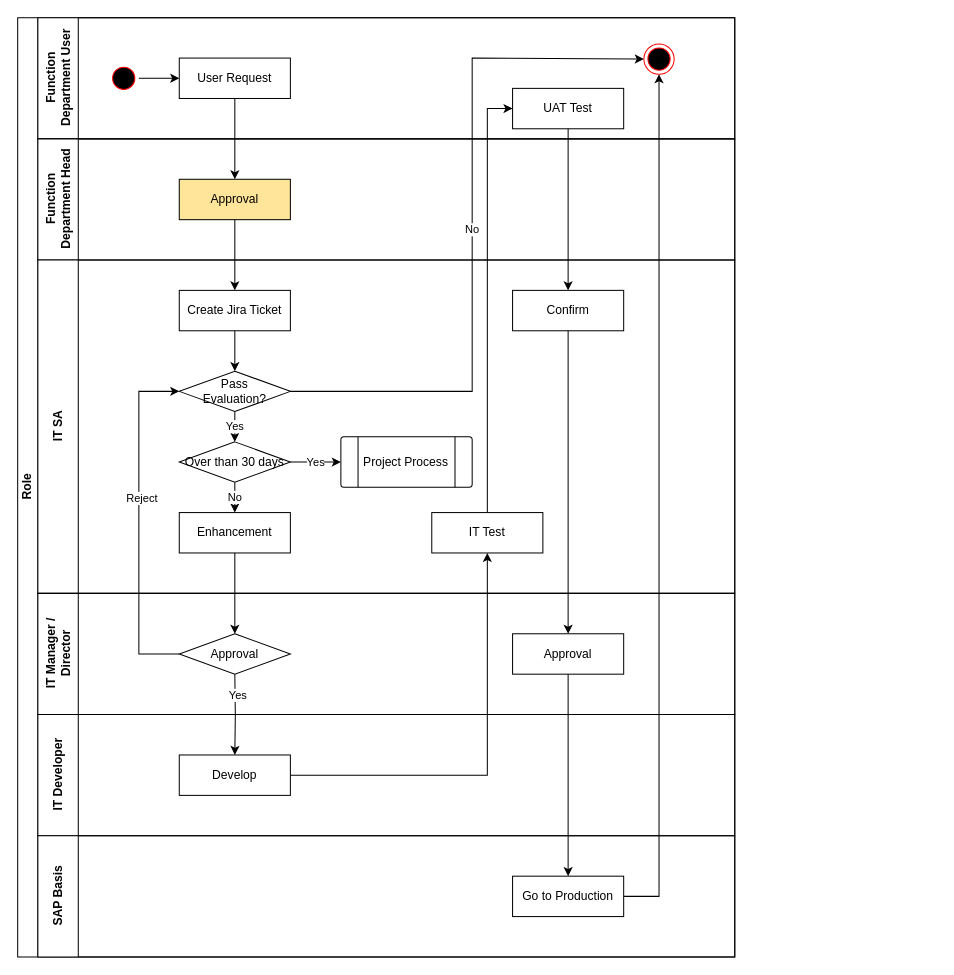
luss613/draw.io keeps this draw.io diagram as ChinaITApproveProcess.drawio. Above is the earlier version. Source tidied: cells renumbered, new cells numbered last; positions are measured from the earlier drawing's top-left corner, leaving out a move shared by most shapes. Both pictures are drawn from the tidied source at 101%, with x=0, y=0 at pixel (17, 17).
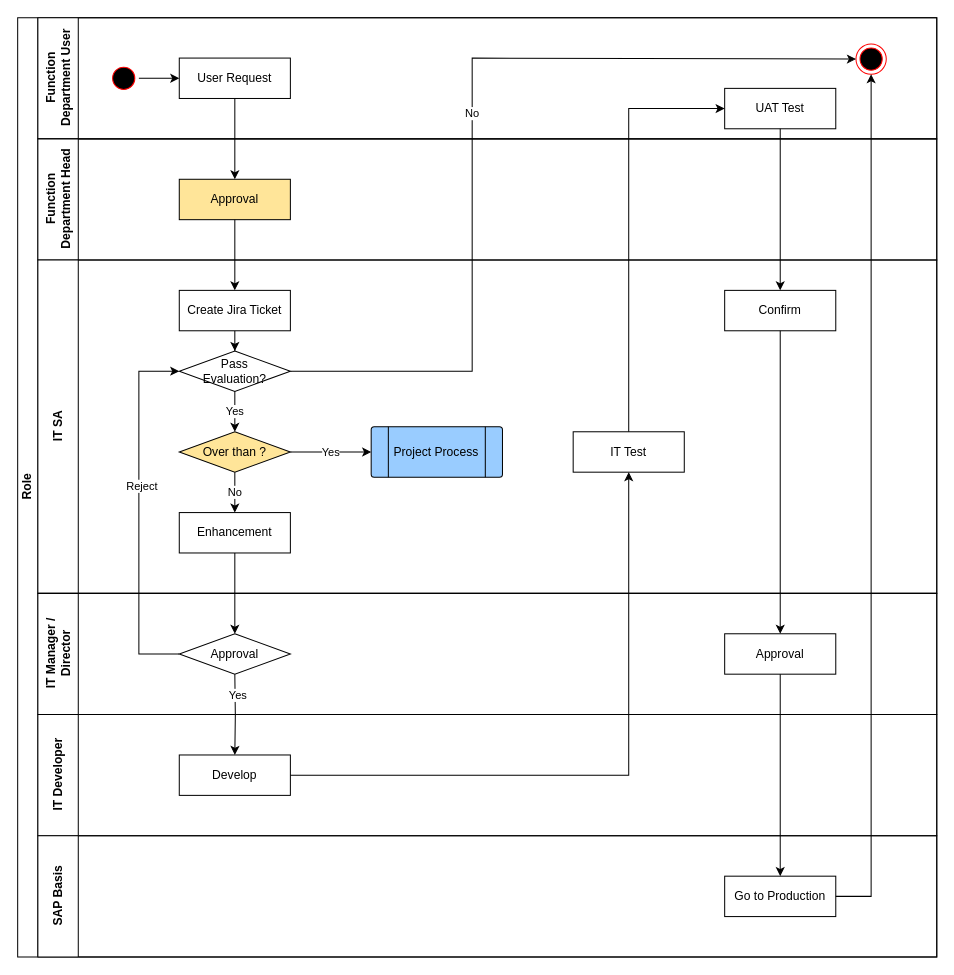
Above is the later version.

Unchanged cells that the change refers to:
```xml
<mxCell id="25" value="Approval" style="strokeWidth=1;html=1;shape=mxgraph.flowchart.decision;whiteSpace=wrap;" parent="23" vertex="1">
  <mxGeometry x="140" y="40" width="110" height="40" as="geometry" />
</mxCell>
```

Change to the diagram source:
```diff
@@
     <mxCell id="2" value="Role" style="swimlane;html=1;horizontal=0;startSize=20;" parent="1" vertex="1">
-      <mxGeometry width="710" height="930" as="geometry" />
+      <mxGeometry width="910" height="930" as="geometry" />
     </mxCell>
     <mxCell id="3" value="Function &lt;br&gt;Department User" style="swimlane;html=1;startSize=40;horizontal=0;" parent="2" vertex="1">
-      <mxGeometry x="20" width="690" height="120" as="geometry" />
+      <mxGeometry x="20" width="890" height="120" as="geometry" />
     </mxCell>
@@
     <mxCell id="7" value="UAT Test" style="rounded=0;whiteSpace=wrap;html=1;" parent="3" vertex="1">
-      <mxGeometry x="470" y="70" width="110" height="40" as="geometry" />
+      <mxGeometry x="680" y="70" width="110" height="40" as="geometry" />
     </mxCell>
     <mxCell id="8" style="ellipse;html=1;shape=endState;fillColor=#000000;strokeColor=#ff0000;" parent="3" vertex="1">
-      <mxGeometry x="600" y="26" width="30" height="30" as="geometry" />
+      <mxGeometry x="810" y="26" width="30" height="30" as="geometry" />
     </mxCell>
     <mxCell id="9" value="Function&lt;br&gt;Department Head" style="swimlane;html=1;startSize=40;horizontal=0;" parent="2" vertex="1">
-      <mxGeometry x="20" y="120" width="690" height="120" as="geometry" />
+      <mxGeometry x="20" y="120" width="890" height="120" as="geometry" />
     </mxCell>
@@
     <mxCell id="11" value="IT SA" style="swimlane;html=1;startSize=40;horizontal=0;" parent="2" vertex="1">
-      <mxGeometry x="20" y="240" width="690" height="330" as="geometry" />
+      <mxGeometry x="20" y="240" width="890" height="330" as="geometry" />
     </mxCell>
@@
     <mxCell id="13" value="Pass&lt;br&gt;Evaluation?" style="strokeWidth=1;html=1;shape=mxgraph.flowchart.decision;whiteSpace=wrap;" parent="11" vertex="1">
-      <mxGeometry x="140" y="110" width="110" height="40" as="geometry" />
+      <mxGeometry x="140" y="90" width="110" height="40" as="geometry" />
     </mxCell>
@@
-    <mxCell id="16" value="Over than 30 days" style="strokeWidth=1;html=1;shape=mxgraph.flowchart.decision;whiteSpace=wrap;" parent="11" vertex="1">
-      <mxGeometry x="140" y="180" width="110" height="40" as="geometry" />
+    <mxCell id="16" value="Over than ?" style="strokeWidth=1;html=1;shape=mxgraph.flowchart.decision;whiteSpace=wrap;fillColor=#FFE599;" parent="11" vertex="1">
+      <mxGeometry x="140" y="170" width="110" height="40" as="geometry" />
     </mxCell>
-    <mxCell id="17" value="Project Process" style="verticalLabelPosition=middle;verticalAlign=middle;html=1;shape=process;whiteSpace=wrap;rounded=1;size=0.13333333333333333;arcSize=6;strokeWidth=1;labelPosition=center;align=center;" parent="11" vertex="1">
-      <mxGeometry x="300" y="175" width="130" height="50" as="geometry" />
+    <mxCell id="17" value="Project Process" style="verticalLabelPosition=middle;verticalAlign=middle;html=1;shape=process;whiteSpace=wrap;rounded=1;size=0.13333333333333333;arcSize=6;strokeWidth=1;labelPosition=center;align=center;fillColor=#99CCFF;" parent="11" vertex="1">
+      <mxGeometry x="330" y="165" width="130" height="50" as="geometry" />
     </mxCell>
@@
     <mxCell id="21" value="IT Test" style="rounded=0;whiteSpace=wrap;html=1;" parent="11" vertex="1">
-      <mxGeometry x="390" y="250" width="110" height="40" as="geometry" />
+      <mxGeometry x="530" y="170" width="110" height="40" as="geometry" />
     </mxCell>
     <mxCell id="22" value="Confirm" style="rounded=0;whiteSpace=wrap;html=1;" parent="11" vertex="1">
-      <mxGeometry x="470" y="30" width="110" height="40" as="geometry" />
+      <mxGeometry x="680" y="30" width="110" height="40" as="geometry" />
     </mxCell>
     <mxCell id="23" value="IT Manager /&lt;br&gt;Director" style="swimlane;html=1;startSize=40;horizontal=0;" parent="2" vertex="1">
-      <mxGeometry x="20" y="570" width="690" height="120" as="geometry" />
+      <mxGeometry x="20" y="570" width="890" height="120" as="geometry" />
     </mxCell>
     <mxCell id="24" value="Approval" style="rounded=0;whiteSpace=wrap;html=1;" parent="23" vertex="1">
-      <mxGeometry x="470" y="40" width="110" height="40" as="geometry" />
+      <mxGeometry x="680" y="40" width="110" height="40" as="geometry" />
     </mxCell>
@@
     <mxCell id="26" value="IT Developer" style="swimlane;html=1;startSize=40;horizontal=0;" parent="2" vertex="1">
-      <mxGeometry x="20" y="690" width="690" height="120" as="geometry" />
+      <mxGeometry x="20" y="690" width="890" height="120" as="geometry" />
     </mxCell>
@@
     <mxCell id="28" value="SAP Basis" style="swimlane;html=1;startSize=40;horizontal=0;" parent="2" vertex="1">
-      <mxGeometry x="20" y="810" width="690" height="120" as="geometry" />
+      <mxGeometry x="20" y="810" width="890" height="120" as="geometry" />
     </mxCell>
     <mxCell id="29" value="Go to Production" style="rounded=0;whiteSpace=wrap;html=1;" parent="28" vertex="1">
-      <mxGeometry x="470" y="40" width="110" height="40" as="geometry" />
+      <mxGeometry x="680" y="40" width="110" height="40" as="geometry" />
     </mxCell>
@@
-    <mxCell id="35" style="edgeStyle=orthogonalEdgeStyle;rounded=0;jettySize=auto;html=1;entryX=0;entryY=0.5;entryDx=0;entryDy=0;" parent="2" edge="1" source="21" target="7">
+    <mxCell id="35" style="edgeStyle=orthogonalEdgeStyle;rounded=0;jettySize=auto;html=1;entryX=0;entryY=0.5;entryDx=0;entryDy=0;exitX=0.5;exitY=0;exitDx=0;exitDy=0;" parent="2" edge="1" source="21" target="7">
       <mxGeometry relative="1" as="geometry" />
     </mxCell>
@@
     <mxCell id="39" style="edgeStyle=orthogonalEdgeStyle;rounded=0;jettySize=auto;html=1;" parent="2" edge="1" source="29" target="8">
       <mxGeometry relative="1" as="geometry">
         <Array as="points">
-          <mxPoint x="635" y="870" />
+          <mxPoint x="845" y="870" />
         </Array>
       </mxGeometry>
     </mxCell>
     <mxCell id="40" value="No" style="edgeStyle=orthogonalEdgeStyle;rounded=0;jettySize=auto;html=1;entryX=0;entryY=0.5;entryDx=0;entryDy=0;exitX=1;exitY=0.5;exitDx=0;exitDy=0;exitPerimeter=0;" parent="2" edge="1" source="13" target="8">
       <mxGeometry relative="1" as="geometry">
         <Array as="points">
-          <mxPoint x="450" y="370" />
+          <mxPoint x="450" y="350" />
           <mxPoint x="450" y="40" />
+          <mxPoint x="830" y="40" />
         </Array>
       </mxGeometry>
     </mxCell>
@@
     <mxCell id="42" style="edgeStyle=orthogonalEdgeStyle;rounded=0;jettySize=auto;html=1;entryX=0;entryY=0.5;entryDx=0;entryDy=0;entryPerimeter=0;" parent="2" edge="1" source="25" target="13">
       <mxGeometry relative="1" as="geometry">
         <Array as="points">
           <mxPoint x="120" y="630" />
-          <mxPoint x="120" y="370" />
+          <mxPoint x="120" y="350" />
         </Array>
       </mxGeometry>
     </mxCell>
```
